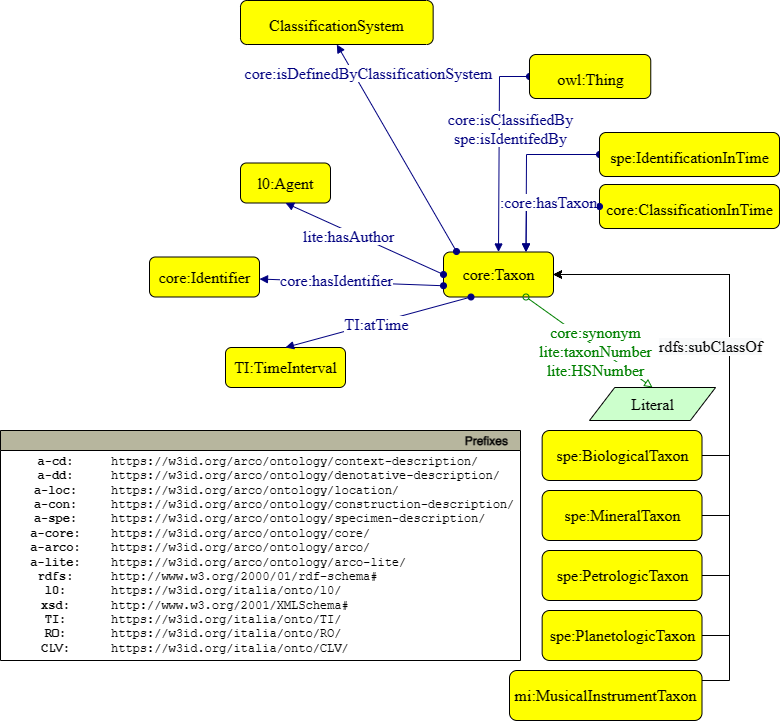
ICCD-MiBACT/ArCo keeps this draw.io diagram as ArCo-release/test/2.0/Taxon/Taxon-Pattern.drawio.png. Above is the earlier version. Source tidied: cells renumbered, new cells last; positions are measured from the earlier drawing's top-left corner, leaving out a move shared by most shapes. The source it was exported from:
```xml
<mxGraphModel>
  <root>
    <mxCell id="0" />
    <mxCell id="1" parent="0" />
    <mxCell id="2" value="&lt;span style=&quot;font-family: &amp;quot;dialog&amp;quot; ; font-size: 16px&quot;&gt;core:Taxon&lt;/span&gt;&lt;font face=&quot;dialog&quot; style=&quot;font-size: 16px&quot;&gt;&lt;br&gt;&lt;/font&gt;" style="graphMlID=n4;shape=rect;rounded=1;arcsize=30;fillColor=#FFFF00;strokeColor=#000000;strokeWidth=1.0;fontFamily=Helvetica;fontSize=12;fontColor=#000000;align=center;html=1;" parent="1" vertex="1">
      <mxGeometry x="443" y="251.5" width="110" height="45" as="geometry" />
    </mxCell>
    <mxCell id="3" style="rounded=0;jettySize=auto;html=1;entryX=1;entryY=0.5;entryDx=0;entryDy=0;exitX=1;exitY=0.5;exitDx=0;exitDy=0;" parent="1" edge="1" source="4" target="2">
      <mxGeometry relative="1" as="geometry">
        <Array as="points">
          <mxPoint x="729" y="455" />
          <mxPoint x="729" y="274" />
        </Array>
      </mxGeometry>
    </mxCell>
    <mxCell id="4" value="&lt;font face=&quot;dialog&quot;&gt;&lt;span style=&quot;font-size: 16px&quot;&gt;spe:&lt;/span&gt;&lt;/font&gt;&lt;span style=&quot;font-family: &amp;#34;dialog&amp;#34; ; font-size: 16px&quot;&gt;BiologicalTaxon&lt;/span&gt;" style="graphMlID=n4;shape=rect;rounded=1;arcsize=30;fillColor=#FFFF00;strokeColor=#000000;strokeWidth=1.0;fontFamily=Helvetica;fontSize=12;fontColor=#000000;align=center;html=1;" parent="1" vertex="1">
      <mxGeometry x="541.6" y="430" width="159.8" height="50" as="geometry" />
    </mxCell>
    <mxCell id="5" style="graphMlID=e0;rounded=0;endArrow=block;strokeColor=#000080;strokeWidth=1.0;startArrow=oval;startFill=1;endFill=1;exitX=0;exitY=0.5;exitDx=0;exitDy=0;entryX=0.75;entryY=0;entryDx=0;entryDy=0;" parent="1" edge="1" source="8" target="2">
      <mxGeometry relative="1" as="geometry">
        <Array as="points">
          <mxPoint x="526" y="154" />
        </Array>
      </mxGeometry>
    </mxCell>
    <mxCell id="6" style="graphMlID=e2;rounded=0;endArrow=block;strokeColor=#008000;strokeWidth=1.0;startArrow=oval;startFill=0;endFill=0;exitX=0.75;exitY=1;exitDx=0;exitDy=0;entryX=0.5;entryY=0;entryDx=0;entryDy=0;" parent="1" edge="1" source="2" target="10">
      <mxGeometry relative="1" as="geometry" />
    </mxCell>
    <mxCell id="7" value="&lt;span style=&quot;background-color: rgb(255 , 255 , 255)&quot;&gt;core:synonym&lt;br&gt;&lt;/span&gt;&lt;span style=&quot;background-color: rgb(255 , 255 , 255)&quot;&gt;lite:taxonNumber&lt;br&gt;lite:HSNumber&lt;br&gt;&lt;/span&gt;" style="text;html=1;spacing=0;align=center;fontFamily=dialog;fontSize=16;fontStyle=0;fontColor=#008000;" parent="6" vertex="1">
      <mxGeometry width="102.82" height="22.84" relative="1" as="geometry">
        <mxPoint x="-45" y="-24" as="offset" />
      </mxGeometry>
    </mxCell>
    <mxCell id="8" style="graphMlID=n4;shape=rect;rounded=1;arcsize=30;fillColor=#ffff00;strokeColor=#000000;strokeWidth=1.0;" parent="1" vertex="1">
      <mxGeometry x="599" y="132" width="180" height="44" as="geometry" />
    </mxCell>
    <mxCell id="9" value="spe:IdentificationInTime" style="text;html=1;spacing=0;align=center;fontFamily=dialog;fontSize=16;fontStyle=0;fontColor=#000000;" parent="8" vertex="1">
      <mxGeometry x="40.8" y="10.6" width="98.5" height="22.8" as="geometry" />
    </mxCell>
    <mxCell id="10" style="graphMlID=n6;shape=parallelogram;fillColor=#ccffcc;strokeColor=#000000;strokeWidth=1.0;" parent="1" vertex="1">
      <mxGeometry x="589" y="387" width="126.1" height="33" as="geometry" />
    </mxCell>
    <mxCell id="11" value="Literal" style="text;html=1;spacing=0;align=center;fontFamily=dialog;fontSize=16;fontStyle=0;fontColor=#000000;" parent="10" vertex="1">
      <mxGeometry x="26.6" y="2.7" width="73" height="17.5" as="geometry" />
    </mxCell>
    <mxCell id="12" style="graphMlID=e0;rounded=0;endArrow=block;strokeColor=#000080;strokeWidth=1.0;startArrow=oval;startFill=1;endFill=1;exitX=0.118;exitY=-0.011;exitDx=0;exitDy=0;exitPerimeter=0;entryX=0.5;entryY=1;entryDx=0;entryDy=0;" parent="1" edge="1" source="2" target="14">
      <mxGeometry relative="1" as="geometry" />
    </mxCell>
    <mxCell id="13" value="&lt;span style=&quot;background-color: rgb(255 , 255 , 255)&quot;&gt;core:isDefinedByClassificationSystem&lt;/span&gt;" style="text;html=1;spacing=0;align=center;fontFamily=dialog;fontSize=16;fontStyle=0;fontColor=#000080;" parent="12" vertex="1">
      <mxGeometry width="116.95" height="22.84" relative="1" as="geometry">
        <mxPoint x="-86" y="-88" as="offset" />
      </mxGeometry>
    </mxCell>
    <mxCell id="14" style="graphMlID=n4;shape=rect;rounded=1;arcsize=30;fillColor=#ffff00;strokeColor=#000000;strokeWidth=1.0;" parent="1" vertex="1">
      <mxGeometry x="240" width="192.7" height="44" as="geometry" />
    </mxCell>
    <mxCell id="15" value="ClassificationSystem" style="text;html=1;spacing=0;align=center;fontFamily=dialog;fontSize=16;fontStyle=0;fontColor=#000000;" parent="14" vertex="1">
      <mxGeometry x="43.6" y="10.6" width="105.4" height="22.8" as="geometry" />
    </mxCell>
    <mxCell id="16" style="graphMlID=e0;rounded=0;endArrow=block;strokeColor=#000080;strokeWidth=1.0;startArrow=oval;startFill=1;endFill=1;exitX=0;exitY=0.5;exitDx=0;exitDy=0;entryX=0.5;entryY=0;entryDx=0;entryDy=0;" parent="1" edge="1" source="18" target="2">
      <mxGeometry relative="1" as="geometry">
        <Array as="points">
          <mxPoint x="499" y="76" />
        </Array>
      </mxGeometry>
    </mxCell>
    <mxCell id="17" value="&lt;span style=&quot;background-color: rgb(255 , 255 , 255)&quot;&gt;core:isClassifiedBy&lt;br&gt;spe:isIdentifedBy&lt;br&gt;&lt;/span&gt;" style="text;html=1;spacing=0;align=center;fontFamily=dialog;fontSize=16;fontStyle=0;fontColor=#000080;" parent="16" vertex="1">
      <mxGeometry width="116.95" height="22.84" relative="1" as="geometry">
        <mxPoint x="-47" y="-44" as="offset" />
      </mxGeometry>
    </mxCell>
    <mxCell id="18" style="graphMlID=n4;shape=rect;rounded=1;arcsize=30;fillColor=#ffff00;strokeColor=#000000;strokeWidth=1.0;" parent="1" vertex="1">
      <mxGeometry x="529" y="54" width="121.3" height="44" as="geometry" />
    </mxCell>
    <mxCell id="19" value="owl:Thing" style="text;html=1;spacing=0;align=center;fontFamily=dialog;fontSize=16;fontStyle=0;fontColor=#000000;" parent="18" vertex="1">
      <mxGeometry x="27.5" y="10.6" width="66.3" height="22.8" as="geometry" />
    </mxCell>
    <mxCell id="20" value="&lt;font face=&quot;dialog&quot; style=&quot;font-size: 16px&quot;&gt;l0:Agent&lt;/font&gt;&lt;font face=&quot;dialog&quot; style=&quot;font-size: 16px&quot;&gt;&lt;br&gt;&lt;/font&gt;" style="graphMlID=n4;shape=rect;rounded=1;arcsize=30;fillColor=#FFFF00;strokeColor=#000000;strokeWidth=1.0;fontFamily=Helvetica;fontSize=12;fontColor=#000000;align=center;html=1;" parent="1" vertex="1">
      <mxGeometry x="240" y="162.5" width="90" height="40" as="geometry" />
    </mxCell>
    <mxCell id="21" style="graphMlID=e0;rounded=0;endArrow=block;strokeColor=#000080;strokeWidth=1.0;startArrow=oval;startFill=1;endFill=1;exitX=0;exitY=0.5;exitDx=0;exitDy=0;entryX=0.5;entryY=1;entryDx=0;entryDy=0;" parent="1" edge="1" source="2" target="20">
      <mxGeometry relative="1" as="geometry" />
    </mxCell>
    <mxCell id="22" value="&lt;span style=&quot;background-color: rgb(255 , 255 , 255)&quot;&gt;lite:hasAuthor&lt;/span&gt;" style="text;html=1;spacing=0;align=center;fontFamily=dialog;fontSize=16;fontStyle=0;fontColor=#000080;" parent="21" vertex="1">
      <mxGeometry width="116.95" height="22.84" relative="1" as="geometry">
        <mxPoint x="-74" y="-16" as="offset" />
      </mxGeometry>
    </mxCell>
    <mxCell id="23" value="&lt;font face=&quot;dialog&quot; style=&quot;font-size: 16px&quot;&gt;TI:TimeInterval&lt;br&gt;&lt;/font&gt;" style="graphMlID=n4;shape=rect;rounded=1;arcsize=30;fillColor=#FFFF00;strokeColor=#000000;strokeWidth=1.0;fontFamily=Helvetica;fontSize=12;fontColor=#000000;align=center;html=1;" parent="1" vertex="1">
      <mxGeometry x="225" y="347" width="120" height="40" as="geometry" />
    </mxCell>
    <mxCell id="24" style="graphMlID=e0;rounded=0;endArrow=block;strokeColor=#000080;strokeWidth=1.0;startArrow=oval;startFill=1;endFill=1;exitX=0.25;exitY=1;exitDx=0;exitDy=0;entryX=0.5;entryY=0;entryDx=0;entryDy=0;" parent="1" edge="1" source="2" target="23">
      <mxGeometry relative="1" as="geometry" />
    </mxCell>
    <mxCell id="25" value="&lt;span style=&quot;background-color: rgb(255 , 255 , 255)&quot;&gt;TI:atTime&lt;/span&gt;" style="text;html=1;spacing=0;align=center;fontFamily=dialog;fontSize=16;fontStyle=0;fontColor=#000080;" parent="24" vertex="1">
      <mxGeometry width="70" height="22.84" relative="1" as="geometry">
        <mxPoint x="-37" y="-12" as="offset" />
      </mxGeometry>
    </mxCell>
    <mxCell id="26" style="graphMlID=n4;shape=rect;rounded=1;arcsize=30;fillColor=#ffff00;strokeColor=#000000;strokeWidth=1.0;" parent="1" vertex="1">
      <mxGeometry x="599" y="184" width="180" height="44" as="geometry" />
    </mxCell>
    <mxCell id="27" value="core:ClassificationInTime" style="text;html=1;spacing=0;align=center;fontFamily=dialog;fontSize=16;fontStyle=0;fontColor=#000000;" parent="26" vertex="1">
      <mxGeometry x="40.8" y="10.6" width="98.5" height="22.8" as="geometry" />
    </mxCell>
    <mxCell id="28" style="graphMlID=e0;rounded=0;endArrow=block;strokeColor=#000080;strokeWidth=1.0;startArrow=oval;startFill=1;endFill=1;exitX=0;exitY=0.5;exitDx=0;exitDy=0;entryX=0.75;entryY=0;entryDx=0;entryDy=0;" parent="1" edge="1" source="26" target="2">
      <mxGeometry relative="1" as="geometry">
        <Array as="points">
          <mxPoint x="526" y="206" />
        </Array>
      </mxGeometry>
    </mxCell>
    <mxCell id="29" value="&lt;span style=&quot;background-color: rgb(255 , 255 , 255)&quot;&gt;:core:hasTaxon&lt;/span&gt;" style="text;html=1;spacing=0;align=center;fontFamily=dialog;fontSize=16;fontStyle=0;fontColor=#000080;" parent="28" vertex="1">
      <mxGeometry width="116.95" height="22.84" relative="1" as="geometry">
        <mxPoint x="-50.5" y="-17.8" as="offset" />
      </mxGeometry>
    </mxCell>
    <mxCell id="30" value="&lt;font face=&quot;dialog&quot;&gt;&lt;span style=&quot;font-size: 16px&quot;&gt;spe:Mineral&lt;/span&gt;&lt;/font&gt;&lt;span style=&quot;font-family: &amp;quot;dialog&amp;quot; ; font-size: 16px&quot;&gt;Taxon&lt;/span&gt;" style="graphMlID=n4;shape=rect;rounded=1;arcsize=30;fillColor=#FFFF00;strokeColor=#000000;strokeWidth=1.0;fontFamily=Helvetica;fontSize=12;fontColor=#000000;align=center;html=1;" parent="1" vertex="1">
      <mxGeometry x="541.6" y="490" width="159.8" height="50" as="geometry" />
    </mxCell>
    <mxCell id="31" style="rounded=0;jettySize=auto;html=1;entryX=1;entryY=0.5;entryDx=0;entryDy=0;exitX=1;exitY=0.5;exitDx=0;exitDy=0;" parent="1" edge="1" source="30" target="2">
      <mxGeometry relative="1" as="geometry">
        <Array as="points">
          <mxPoint x="729" y="515" />
          <mxPoint x="729" y="274" />
        </Array>
      </mxGeometry>
    </mxCell>
    <mxCell id="32" value="&lt;font face=&quot;dialog&quot;&gt;&lt;span style=&quot;font-size: 16px&quot;&gt;spe:Petrologic&lt;/span&gt;&lt;/font&gt;&lt;span style=&quot;font-family: &amp;quot;dialog&amp;quot; ; font-size: 16px&quot;&gt;Taxon&lt;/span&gt;" style="graphMlID=n4;shape=rect;rounded=1;arcsize=30;fillColor=#FFFF00;strokeColor=#000000;strokeWidth=1.0;fontFamily=Helvetica;fontSize=12;fontColor=#000000;align=center;html=1;" parent="1" vertex="1">
      <mxGeometry x="541.6" y="550" width="159.8" height="50" as="geometry" />
    </mxCell>
    <mxCell id="33" style="rounded=0;jettySize=auto;html=1;entryX=1;entryY=0.5;entryDx=0;entryDy=0;exitX=1;exitY=0.5;exitDx=0;exitDy=0;" parent="1" edge="1" source="32" target="2">
      <mxGeometry relative="1" as="geometry">
        <Array as="points">
          <mxPoint x="729" y="575" />
          <mxPoint x="729" y="274" />
        </Array>
      </mxGeometry>
    </mxCell>
    <mxCell id="34" value="&lt;font face=&quot;dialog&quot;&gt;&lt;span style=&quot;font-size: 16px&quot;&gt;spe:Planetologic&lt;/span&gt;&lt;/font&gt;&lt;span style=&quot;font-family: &amp;quot;dialog&amp;quot; ; font-size: 16px&quot;&gt;Taxon&lt;/span&gt;" style="graphMlID=n4;shape=rect;rounded=1;arcsize=30;fillColor=#FFFF00;strokeColor=#000000;strokeWidth=1.0;fontFamily=Helvetica;fontSize=12;fontColor=#000000;align=center;html=1;" parent="1" vertex="1">
      <mxGeometry x="541.6" y="610" width="159.8" height="50" as="geometry" />
    </mxCell>
    <mxCell id="35" style="rounded=0;jettySize=auto;html=1;exitX=1;exitY=0.5;exitDx=0;exitDy=0;entryX=1;entryY=0.5;entryDx=0;entryDy=0;" parent="1" edge="1" source="34" target="2">
      <mxGeometry relative="1" as="geometry">
        <Array as="points">
          <mxPoint x="729" y="635" />
          <mxPoint x="729" y="274" />
        </Array>
      </mxGeometry>
    </mxCell>
    <mxCell id="36" value="&lt;font face=&quot;dialog&quot; style=&quot;font-size: 16px&quot;&gt;core:Identifier&lt;/font&gt;&lt;font face=&quot;dialog&quot; style=&quot;font-size: 16px&quot;&gt;&lt;br&gt;&lt;/font&gt;" style="graphMlID=n4;shape=rect;rounded=1;arcsize=30;fillColor=#FFFF00;strokeColor=#000000;strokeWidth=1.0;fontFamily=Helvetica;fontSize=12;fontColor=#000000;align=center;html=1;" parent="1" vertex="1">
      <mxGeometry x="149" y="256.5" width="110" height="40" as="geometry" />
    </mxCell>
    <mxCell id="37" style="graphMlID=e0;rounded=0;endArrow=block;strokeColor=#000080;strokeWidth=1.0;startArrow=oval;startFill=1;endFill=1;exitX=0;exitY=0.75;exitDx=0;exitDy=0;" parent="1" edge="1" source="2" target="36">
      <mxGeometry relative="1" as="geometry" />
    </mxCell>
    <mxCell id="38" value="&lt;span style=&quot;background-color: rgb(255 , 255 , 255)&quot;&gt;core:hasIdentifier&lt;/span&gt;" style="text;html=1;spacing=0;align=center;fontFamily=dialog;fontSize=16;fontStyle=0;fontColor=#000080;" parent="37" vertex="1">
      <mxGeometry width="116.95" height="22.84" relative="1" as="geometry">
        <mxPoint x="-74" y="-16" as="offset" />
      </mxGeometry>
    </mxCell>
    <mxCell id="39" style="rounded=0;jettySize=auto;html=1;entryX=1;entryY=0.5;entryDx=0;entryDy=0;" parent="1" edge="1" target="2">
      <mxGeometry relative="1" as="geometry">
        <mxPoint x="699" y="680" as="sourcePoint" />
        <Array as="points">
          <mxPoint x="729" y="680" />
          <mxPoint x="729" y="274" />
        </Array>
      </mxGeometry>
    </mxCell>
    <mxCell id="40" value="&lt;span style=&quot;font-family: &amp;#34;dialog&amp;#34; ; font-size: 16px ; background-color: rgb(248 , 249 , 250)&quot;&gt;rdfs:subClassOf&lt;/span&gt;" style="edgeLabel;html=1;align=center;verticalAlign=middle;" parent="39" vertex="1">
      <mxGeometry x="-0.21" y="2" relative="1" as="geometry">
        <mxPoint x="-18" y="-123" as="offset" />
      </mxGeometry>
    </mxCell>
    <mxCell id="41" value="&lt;font face=&quot;dialog&quot;&gt;&lt;span style=&quot;font-size: 16px;&quot;&gt;mi:MusicalInstrumentTaxon&lt;/span&gt;&lt;/font&gt;" style="graphMlID=n4;shape=rect;rounded=1;arcsize=30;fillColor=#FFFF00;strokeColor=#000000;strokeWidth=1.0;fontFamily=Helvetica;fontSize=12;fontColor=#000000;align=center;html=1;" parent="1" vertex="1">
      <mxGeometry x="509" y="670" width="192.5" height="50" as="geometry" />
    </mxCell>
    <mxCell id="42" value="Prefixes" style="graphMlID=n0;shape=swimlane;startSize=20;fillColor=#b7b69e;strokeColor=#000000;strokeWidth=1.0;align=right;spacingRight=10;fontStyle=1;" parent="1" vertex="1">
      <mxGeometry y="430" width="520" height="230" as="geometry" />
    </mxCell>
    <mxCell id="43" value="&lt;b&gt;a-cd:&lt;br&gt;a-dd:&lt;br&gt;a-loc:&lt;br&gt;a-con:&lt;br&gt;a-spe:&lt;br&gt;&lt;/b&gt;&lt;b&gt;a-core:&lt;br&gt;a-arco:&lt;br&gt;&lt;/b&gt;&lt;b&gt;a-lite:&lt;br&gt;rdfs:&lt;br&gt;l0:&lt;br&gt;xsd:&lt;br&gt;TI:&lt;br&gt;RO:&lt;br&gt;CLV:&lt;br&gt;&lt;/b&gt;" style="text;html=1;align=center;verticalAlign=middle;fontFamily=Courier New;" parent="42" vertex="1">
      <mxGeometry x="20" y="20" width="70" height="210" as="geometry" />
    </mxCell>
    <mxCell id="44" value="https://w3id.org/arco/ontology/context-description/&lt;br&gt;https://w3id.org/arco/ontology/denotative-description/&lt;br&gt;https://w3id.org/arco/ontology/location/&lt;br&gt;https://w3id.org/arco/ontology/construction-description/&lt;br&gt;https://w3id.org/arco/ontology/specimen-description/&lt;br&gt;https://w3id.org/arco/ontology/core/&lt;br&gt;https://w3id.org/arco/ontology/arco/&lt;br&gt;https://w3id.org/arco/ontology/arco-lite/&lt;br&gt;http://www.w3.org/2000/01/rdf-schema#&lt;br&gt;https://w3id.org/italia/onto/l0/&lt;br&gt;http://www.w3.org/2001/XMLSchema#&lt;br&gt;https://w3id.org/italia/onto/TI/&lt;br&gt;https://w3id.org/italia/onto/RO/&lt;br&gt;https://w3id.org/italia/onto/CLV/" style="text;html=1;align=left;verticalAlign=middle;fontFamily=Courier New;" parent="42" vertex="1">
      <mxGeometry x="109.4" y="20" width="430" height="210" as="geometry" />
    </mxCell>
  </root>
</mxGraphModel>
```
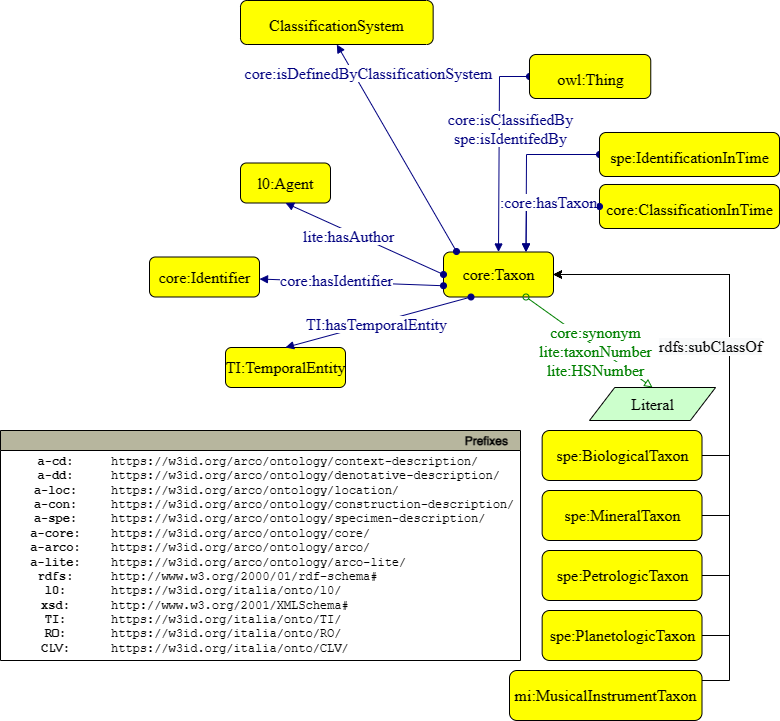
After the commit.

The edit, as a diff of the source:
```diff
@@ -86,13 +86,13 @@
         <mxPoint x="-74" y="-16" as="offset" />
       </mxGeometry>
     </mxCell>
-    <mxCell id="23" value="&lt;font face=&quot;dialog&quot; style=&quot;font-size: 16px&quot;&gt;TI:TimeInterval&lt;br&gt;&lt;/font&gt;" style="graphMlID=n4;shape=rect;rounded=1;arcsize=30;fillColor=#FFFF00;strokeColor=#000000;strokeWidth=1.0;fontFamily=Helvetica;fontSize=12;fontColor=#000000;align=center;html=1;" parent="1" vertex="1">
+    <mxCell id="23" value="&lt;font face=&quot;dialog&quot; style=&quot;font-size: 16px&quot;&gt;TI:TemporalEntity&lt;br&gt;&lt;/font&gt;" style="graphMlID=n4;shape=rect;rounded=1;arcsize=30;fillColor=#FFFF00;strokeColor=#000000;strokeWidth=1.0;fontFamily=Helvetica;fontSize=12;fontColor=#000000;align=center;html=1;" parent="1" vertex="1">
       <mxGeometry x="225" y="347" width="120" height="40" as="geometry" />
     </mxCell>
     <mxCell id="24" style="graphMlID=e0;rounded=0;endArrow=block;strokeColor=#000080;strokeWidth=1.0;startArrow=oval;startFill=1;endFill=1;exitX=0.25;exitY=1;exitDx=0;exitDy=0;entryX=0.5;entryY=0;entryDx=0;entryDy=0;" parent="1" edge="1" source="2" target="23">
       <mxGeometry relative="1" as="geometry" />
     </mxCell>
-    <mxCell id="25" value="&lt;span style=&quot;background-color: rgb(255 , 255 , 255)&quot;&gt;TI:atTime&lt;/span&gt;" style="text;html=1;spacing=0;align=center;fontFamily=dialog;fontSize=16;fontStyle=0;fontColor=#000080;" parent="24" vertex="1">
+    <mxCell id="25" value="&lt;span style=&quot;background-color: rgb(255 , 255 , 255)&quot;&gt;TI:hasTemporalEntity&lt;/span&gt;" style="text;html=1;spacing=0;align=center;fontFamily=dialog;fontSize=16;fontStyle=0;fontColor=#000080;" parent="24" vertex="1">
       <mxGeometry width="70" height="22.84" relative="1" as="geometry">
         <mxPoint x="-37" y="-12" as="offset" />
       </mxGeometry>
```
